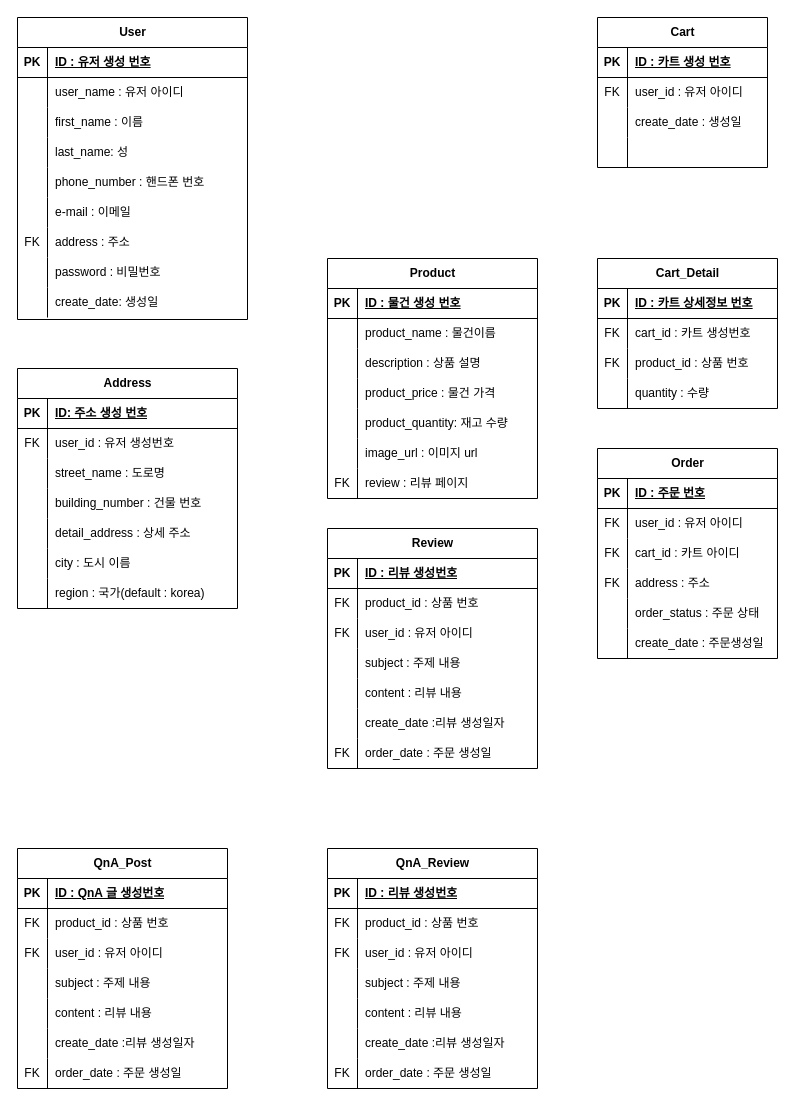
remedie-s/miniproject1 keeps this draw.io diagram as 제목 없는 다이어그램.drawio. Above is the earlier version. Source tidied: cells renumbered, new cells numbered last; positions are measured from the earlier drawing's top-left corner, leaving out a move shared by most shapes. Both pictures are drawn from the tidied source at 100%, with x=0, y=0 at pixel (17, 17).
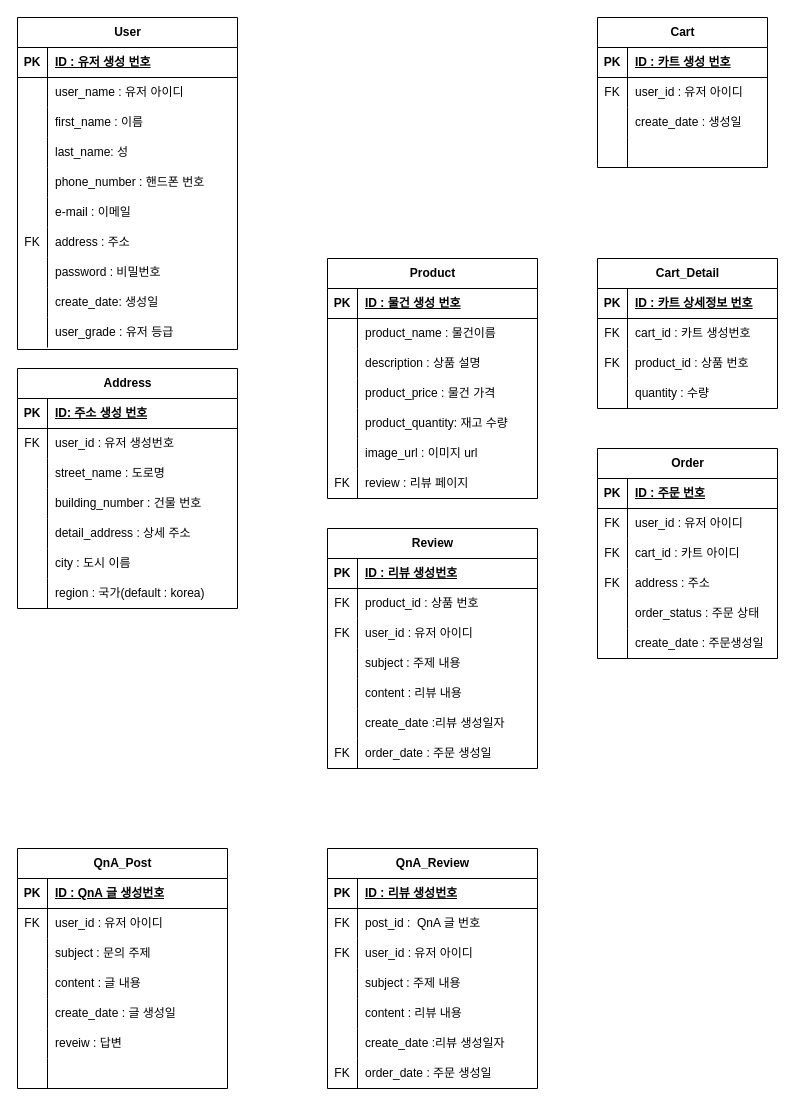
The same diagram, later.

Commit message (it also covers changes not shown here):
제목 없는 다이어그램.drawio 업데이트

The change refers to these unchanged cells:
```xml
<mxCell id="145" style="shape=tableRow;horizontal=0;startSize=0;swimlaneHead=0;swimlaneBody=0;fillColor=none;top=0;left=0;right=0;bottom=0;" parent="141" vertex="1">
  <mxGeometry y="60" width="210" height="30" as="geometry" />
</mxCell>
<mxCell id="163" value="QnA_Post" style="shape=table;startSize=30;childLayout=tableLayout;rowLines=0;fontStyle=1;align=center;html=1;" parent="1" vertex="1">
  <mxGeometry y="831" width="210" height="240" as="geometry" />
</mxCell>
<mxCell id="176" style="shape=tableRow;horizontal=0;startSize=0;swimlaneHead=0;swimlaneBody=0;fillColor=none;top=0;left=0;right=0;bottom=0;" parent="163" vertex="1">
  <mxGeometry y="150" width="210" height="30" as="geometry" />
</mxCell>
<mxCell id="179" style="shape=tableRow;horizontal=0;startSize=0;swimlaneHead=0;swimlaneBody=0;fillColor=none;top=0;left=0;right=0;bottom=0;" parent="163" vertex="1">
  <mxGeometry y="180" width="210" height="30" as="geometry" />
</mxCell>
<mxCell id="182" style="shape=tableRow;horizontal=0;startSize=0;swimlaneHead=0;swimlaneBody=0;fillColor=none;top=0;left=0;right=0;bottom=0;" parent="163" vertex="1">
  <mxGeometry y="210" width="210" height="30" as="geometry" />
</mxCell>
```

Change to the diagram source:
```diff
@@
     <mxCell id="2" value="User" style="shape=table;startSize=30;childLayout=tableLayout;rowLines=0;fontStyle=1;align=center;html=1;" parent="1" vertex="1">
-      <mxGeometry width="230" height="302" as="geometry" />
+      <mxGeometry width="220" height="332" as="geometry" />
     </mxCell>
     <mxCell id="3" style="shape=tableRow;horizontal=0;startSize=0;swimlaneHead=0;swimlaneBody=0;fillColor=none;top=0;left=0;right=0;bottom=1;" parent="2" vertex="1">
-      <mxGeometry y="30" width="230" height="30" as="geometry" />
+      <mxGeometry y="30" width="220" height="30" as="geometry" />
     </mxCell>
@@
     <mxCell id="5" value="ID : 유저 생성 번호" style="shape=partialRectangle;fillColor=none;top=0;left=0;bottom=0;right=0;align=left;spacingLeft=6;fontStyle=5;overflow=hidden;whiteSpace=wrap;html=1;" parent="3" vertex="1">
-      <mxGeometry x="30" width="200" height="30" as="geometry" />
+      <mxGeometry x="30" width="190" height="30" as="geometry" />
     </mxCell>
     <mxCell id="6" style="shape=tableRow;horizontal=0;startSize=0;swimlaneHead=0;swimlaneBody=0;fillColor=none;top=0;left=0;right=0;bottom=0;" parent="2" vertex="1">
-      <mxGeometry y="60" width="230" height="30" as="geometry" />
+      <mxGeometry y="60" width="220" height="30" as="geometry" />
     </mxCell>
@@
     <mxCell id="8" value="user_name : 유저 아이디" style="shape=partialRectangle;fillColor=none;top=0;left=0;bottom=0;right=0;align=left;spacingLeft=6;overflow=hidden;whiteSpace=wrap;html=1;" parent="6" vertex="1">
-      <mxGeometry x="30" width="200" height="30" as="geometry" />
+      <mxGeometry x="30" width="190" height="30" as="geometry" />
     </mxCell>
     <mxCell id="9" style="shape=tableRow;horizontal=0;startSize=0;swimlaneHead=0;swimlaneBody=0;fillColor=none;top=0;left=0;right=0;bottom=0;" parent="2" vertex="1">
-      <mxGeometry y="90" width="230" height="30" as="geometry" />
+      <mxGeometry y="90" width="220" height="30" as="geometry" />
     </mxCell>
@@
     <mxCell id="11" value="first_name : 이름" style="shape=partialRectangle;fillColor=none;top=0;left=0;bottom=0;right=0;align=left;spacingLeft=6;overflow=hidden;whiteSpace=wrap;html=1;" parent="9" vertex="1">
-      <mxGeometry x="30" width="200" height="30" as="geometry" />
+      <mxGeometry x="30" width="190" height="30" as="geometry" />
     </mxCell>
     <mxCell id="12" style="shape=tableRow;horizontal=0;startSize=0;swimlaneHead=0;swimlaneBody=0;fillColor=none;top=0;left=0;right=0;bottom=0;" parent="2" vertex="1">
-      <mxGeometry y="120" width="230" height="30" as="geometry" />
+      <mxGeometry y="120" width="220" height="30" as="geometry" />
     </mxCell>
@@
     <mxCell id="14" value="last_name: 성" style="shape=partialRectangle;fillColor=none;top=0;left=0;bottom=0;right=0;align=left;spacingLeft=6;overflow=hidden;whiteSpace=wrap;html=1;" parent="12" vertex="1">
-      <mxGeometry x="30" width="200" height="30" as="geometry" />
+      <mxGeometry x="30" width="190" height="30" as="geometry" />
     </mxCell>
     <mxCell id="15" style="shape=tableRow;horizontal=0;startSize=0;swimlaneHead=0;swimlaneBody=0;fillColor=none;top=0;left=0;right=0;bottom=0;" parent="2" vertex="1">
-      <mxGeometry y="150" width="230" height="30" as="geometry" />
+      <mxGeometry y="150" width="220" height="30" as="geometry" />
     </mxCell>
@@
     <mxCell id="17" value="phone_number :&amp;nbsp;&lt;span style=&quot;background-color: initial;&quot;&gt;핸드폰 번호&lt;/span&gt;" style="shape=partialRectangle;fillColor=none;top=0;left=0;bottom=0;right=0;align=left;spacingLeft=6;overflow=hidden;whiteSpace=wrap;html=1;" parent="15" vertex="1">
-      <mxGeometry x="30" width="200" height="30" as="geometry" />
+      <mxGeometry x="30" width="190" height="30" as="geometry" />
     </mxCell>
     <mxCell id="18" style="shape=tableRow;horizontal=0;startSize=0;swimlaneHead=0;swimlaneBody=0;fillColor=none;top=0;left=0;right=0;bottom=0;" parent="2" vertex="1">
-      <mxGeometry y="180" width="230" height="30" as="geometry" />
+      <mxGeometry y="180" width="220" height="30" as="geometry" />
     </mxCell>
@@
     <mxCell id="20" value="e-mail : 이메일" style="shape=partialRectangle;fillColor=none;top=0;left=0;bottom=0;right=0;align=left;spacingLeft=6;overflow=hidden;whiteSpace=wrap;html=1;" parent="18" vertex="1">
-      <mxGeometry x="30" width="200" height="30" as="geometry" />
+      <mxGeometry x="30" width="190" height="30" as="geometry" />
     </mxCell>
     <mxCell id="21" style="shape=tableRow;horizontal=0;startSize=0;swimlaneHead=0;swimlaneBody=0;fillColor=none;top=0;left=0;right=0;bottom=0;" parent="2" vertex="1">
-      <mxGeometry y="210" width="230" height="30" as="geometry" />
+      <mxGeometry y="210" width="220" height="30" as="geometry" />
     </mxCell>
@@
     <mxCell id="23" value="address : 주소" style="shape=partialRectangle;fillColor=none;top=0;left=0;bottom=0;right=0;align=left;spacingLeft=6;overflow=hidden;whiteSpace=wrap;html=1;" parent="21" vertex="1">
-      <mxGeometry x="30" width="200" height="30" as="geometry" />
+      <mxGeometry x="30" width="190" height="30" as="geometry" />
     </mxCell>
     <mxCell id="24" style="shape=tableRow;horizontal=0;startSize=0;swimlaneHead=0;swimlaneBody=0;fillColor=none;top=0;left=0;right=0;bottom=0;" parent="2" vertex="1">
-      <mxGeometry y="240" width="230" height="30" as="geometry" />
+      <mxGeometry y="240" width="220" height="30" as="geometry" />
     </mxCell>
@@
     <mxCell id="26" value="password : 비밀번호" style="shape=partialRectangle;fillColor=none;top=0;left=0;bottom=0;right=0;align=left;spacingLeft=6;overflow=hidden;whiteSpace=wrap;html=1;" parent="24" vertex="1">
-      <mxGeometry x="30" width="200" height="30" as="geometry" />
+      <mxGeometry x="30" width="190" height="30" as="geometry" />
     </mxCell>
     <mxCell id="27" style="shape=tableRow;horizontal=0;startSize=0;swimlaneHead=0;swimlaneBody=0;fillColor=none;top=0;left=0;right=0;bottom=0;" parent="2" vertex="1">
-      <mxGeometry y="270" width="230" height="30" as="geometry" />
+      <mxGeometry y="270" width="220" height="30" as="geometry" />
     </mxCell>
@@
     <mxCell id="29" value="create_date: 생성일" style="shape=partialRectangle;fillColor=none;top=0;left=0;bottom=0;right=0;align=left;spacingLeft=6;overflow=hidden;whiteSpace=wrap;html=1;" parent="27" vertex="1">
-      <mxGeometry x="30" width="200" height="30" as="geometry" />
+      <mxGeometry x="30" width="190" height="30" as="geometry" />
     </mxCell>
+    <mxCell id="185" style="shape=tableRow;horizontal=0;startSize=0;swimlaneHead=0;swimlaneBody=0;fillColor=none;top=0;left=0;right=0;bottom=0;" parent="2" vertex="1">
+      <mxGeometry y="300" width="220" height="30" as="geometry" />
+    </mxCell>
+    <mxCell id="186" style="shape=partialRectangle;fillColor=none;top=0;left=0;bottom=0;right=0;overflow=hidden;whiteSpace=wrap;html=1;" parent="185" vertex="1">
+      <mxGeometry width="30" height="30" as="geometry" />
+    </mxCell>
+    <mxCell id="187" value="user_grade : 유저 등급" style="shape=partialRectangle;fillColor=none;top=0;left=0;bottom=0;right=0;align=left;spacingLeft=6;overflow=hidden;whiteSpace=wrap;html=1;" parent="185" vertex="1">
+      <mxGeometry x="30" width="190" height="30" as="geometry" />
+    </mxCell>
@@
-    <mxCell id="147" value="product_id : 상품 번호" style="shape=partialRectangle;fillColor=none;top=0;left=0;bottom=0;right=0;align=left;spacingLeft=6;overflow=hidden;whiteSpace=wrap;html=1;" parent="145" vertex="1">
+    <mxCell id="147" value="post_id :&amp;nbsp; QnA 글 번호" style="shape=partialRectangle;fillColor=none;top=0;left=0;bottom=0;right=0;align=left;spacingLeft=6;overflow=hidden;whiteSpace=wrap;html=1;" parent="145" vertex="1">
       <mxGeometry x="30" width="180" height="30" as="geometry" />
     </mxCell>
@@
-    <mxCell id="167" style="shape=tableRow;horizontal=0;startSize=0;swimlaneHead=0;swimlaneBody=0;fillColor=none;top=0;left=0;right=0;bottom=0;" parent="163" vertex="1">
-      <mxGeometry y="60" width="210" height="30" as="geometry" />
-    </mxCell>
-    <mxCell id="168" value="FK" style="shape=partialRectangle;fillColor=none;top=0;left=0;bottom=0;right=0;overflow=hidden;whiteSpace=wrap;html=1;" parent="167" vertex="1">
-      <mxGeometry width="30" height="30" as="geometry" />
-    </mxCell>
-    <mxCell id="169" value="product_id : 상품 번호" style="shape=partialRectangle;fillColor=none;top=0;left=0;bottom=0;right=0;align=left;spacingLeft=6;overflow=hidden;whiteSpace=wrap;html=1;" parent="167" vertex="1">
-      <mxGeometry x="30" width="180" height="30" as="geometry" />
-    </mxCell>
     <mxCell id="170" style="shape=tableRow;horizontal=0;startSize=0;swimlaneHead=0;swimlaneBody=0;fillColor=none;top=0;left=0;right=0;bottom=0;" parent="163" vertex="1">
-      <mxGeometry y="90" width="210" height="30" as="geometry" />
+      <mxGeometry y="60" width="210" height="30" as="geometry" />
     </mxCell>
@@
     <mxCell id="173" style="shape=tableRow;horizontal=0;startSize=0;swimlaneHead=0;swimlaneBody=0;fillColor=none;top=0;left=0;right=0;bottom=0;" parent="163" vertex="1">
-      <mxGeometry y="120" width="210" height="30" as="geometry" />
+      <mxGeometry y="90" width="210" height="30" as="geometry" />
     </mxCell>
@@
-    <mxCell id="175" value="subject : 주제 내용" style="shape=partialRectangle;fillColor=none;top=0;left=0;bottom=0;right=0;align=left;spacingLeft=6;overflow=hidden;whiteSpace=wrap;html=1;" parent="173" vertex="1">
+    <mxCell id="175" value="subject : 문의 주제" style="shape=partialRectangle;fillColor=none;top=0;left=0;bottom=0;right=0;align=left;spacingLeft=6;overflow=hidden;whiteSpace=wrap;html=1;" parent="173" vertex="1">
       <mxGeometry x="30" width="180" height="30" as="geometry" />
     </mxCell>
+    <mxCell id="167" style="shape=tableRow;horizontal=0;startSize=0;swimlaneHead=0;swimlaneBody=0;fillColor=none;top=0;left=0;right=0;bottom=0;" parent="163" vertex="1">
+      <mxGeometry y="120" width="210" height="30" as="geometry" />
+    </mxCell>
+    <mxCell id="168" style="shape=partialRectangle;fillColor=none;top=0;left=0;bottom=0;right=0;overflow=hidden;whiteSpace=wrap;html=1;" parent="167" vertex="1">
+      <mxGeometry width="30" height="30" as="geometry" />
+    </mxCell>
+    <mxCell id="169" value="content : 글 내용" style="shape=partialRectangle;fillColor=none;top=0;left=0;bottom=0;right=0;align=left;spacingLeft=6;overflow=hidden;whiteSpace=wrap;html=1;" parent="167" vertex="1">
+      <mxGeometry x="30" width="180" height="30" as="geometry" />
+    </mxCell>
@@
-    <mxCell id="178" value="content : 리뷰 내용" style="shape=partialRectangle;fillColor=none;top=0;left=0;bottom=0;right=0;align=left;spacingLeft=6;overflow=hidden;whiteSpace=wrap;html=1;" parent="176" vertex="1">
+    <mxCell id="178" value="create_date : 글 생성일" style="shape=partialRectangle;fillColor=none;top=0;left=0;bottom=0;right=0;align=left;spacingLeft=6;overflow=hidden;whiteSpace=wrap;html=1;" parent="176" vertex="1">
       <mxGeometry x="30" width="180" height="30" as="geometry" />
     </mxCell>
@@
-    <mxCell id="181" value="create_date :리뷰 생성일자" style="shape=partialRectangle;fillColor=none;top=0;left=0;bottom=0;right=0;align=left;spacingLeft=6;overflow=hidden;whiteSpace=wrap;html=1;" parent="179" vertex="1">
+    <mxCell id="181" value="reveiw : 답변" style="shape=partialRectangle;fillColor=none;top=0;left=0;bottom=0;right=0;align=left;spacingLeft=6;overflow=hidden;whiteSpace=wrap;html=1;" parent="179" vertex="1">
       <mxGeometry x="30" width="180" height="30" as="geometry" />
     </mxCell>
@@
-    <mxCell id="183" value="FK" style="shape=partialRectangle;fillColor=none;top=0;left=0;bottom=0;right=0;overflow=hidden;whiteSpace=wrap;html=1;" parent="182" vertex="1">
+    <mxCell id="183" style="shape=partialRectangle;fillColor=none;top=0;left=0;bottom=0;right=0;overflow=hidden;whiteSpace=wrap;html=1;" parent="182" vertex="1">
       <mxGeometry width="30" height="30" as="geometry" />
     </mxCell>
-    <mxCell id="184" value="order_date : 주문 생성일" style="shape=partialRectangle;fillColor=none;top=0;left=0;bottom=0;right=0;align=left;spacingLeft=6;overflow=hidden;whiteSpace=wrap;html=1;" parent="182" vertex="1">
+    <mxCell id="184" style="shape=partialRectangle;fillColor=none;top=0;left=0;bottom=0;right=0;align=left;spacingLeft=6;overflow=hidden;whiteSpace=wrap;html=1;" parent="182" vertex="1">
       <mxGeometry x="30" width="180" height="30" as="geometry" />
     </mxCell>
```
